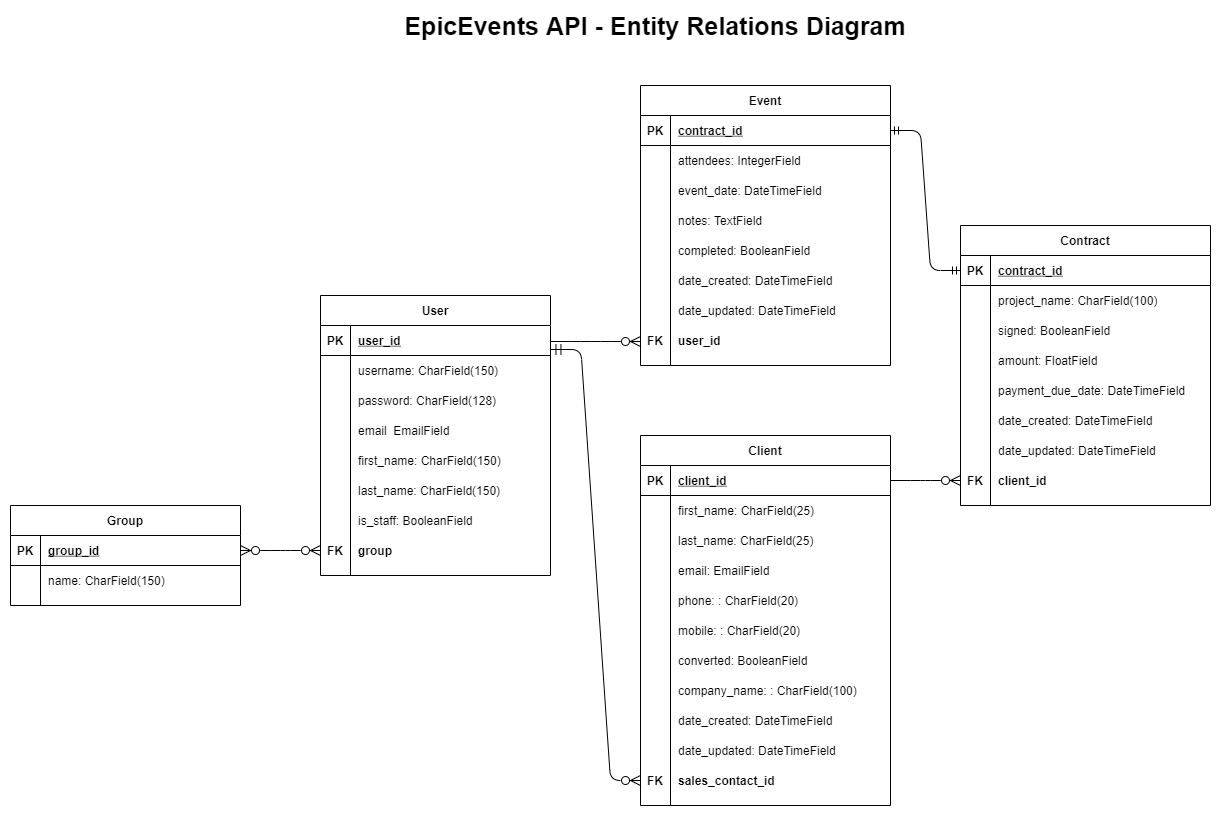
antoine71/OC_P12_EpicEvents keeps this draw.io diagram as ERD.png. Above is the earlier version. Source tidied: cells renumbered, new cells last; positions are measured from the earlier drawing's top-left corner, leaving out a move shared by most shapes.
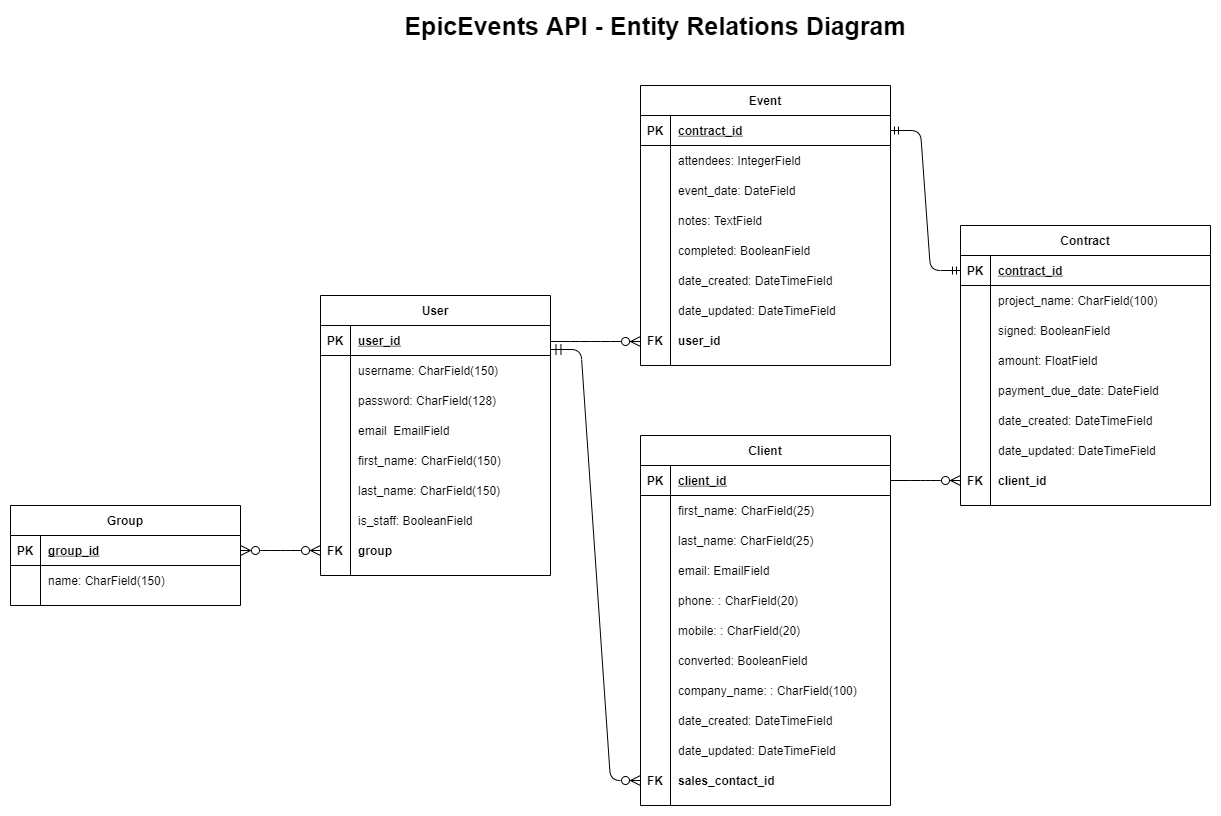
After the change.

The edit, as a diff of the source:
```diff
@@ -224,7 +224,7 @@
     <mxCell id="75" style="shape=partialRectangle;fillColor=none;top=0;left=0;bottom=0;right=0;overflow=hidden;" parent="74" vertex="1">
       <mxGeometry width="30" height="30" as="geometry" />
     </mxCell>
-    <mxCell id="76" value="payment_due_date: DateTimeField" style="shape=partialRectangle;fillColor=none;top=0;left=0;bottom=0;right=0;align=left;spacingLeft=6;overflow=hidden;" parent="74" vertex="1">
+    <mxCell id="76" value="payment_due_date: DateField" style="shape=partialRectangle;fillColor=none;top=0;left=0;bottom=0;right=0;align=left;spacingLeft=6;overflow=hidden;" parent="74" vertex="1">
       <mxGeometry x="30" width="220" height="30" as="geometry" />
     </mxCell>
     <mxCell id="77" style="shape=partialRectangle;fillColor=none;top=0;left=0;bottom=0;right=0;" parent="61" vertex="1">
@@ -281,7 +281,7 @@
     <mxCell id="94" style="shape=partialRectangle;fillColor=none;top=0;left=0;bottom=0;right=0;overflow=hidden;" parent="93" vertex="1">
       <mxGeometry width="30" height="30" as="geometry" />
     </mxCell>
-    <mxCell id="95" value="event_date: DateTimeField" style="shape=partialRectangle;fillColor=none;top=0;left=0;bottom=0;right=0;align=left;spacingLeft=6;overflow=hidden;" parent="93" vertex="1">
+    <mxCell id="95" value="event_date: DateField" style="shape=partialRectangle;fillColor=none;top=0;left=0;bottom=0;right=0;align=left;spacingLeft=6;overflow=hidden;" parent="93" vertex="1">
       <mxGeometry x="30" width="220" height="30" as="geometry" />
     </mxCell>
     <mxCell id="96" style="shape=partialRectangle;fillColor=none;top=0;left=0;bottom=0;right=0;" parent="86" vertex="1">
```
